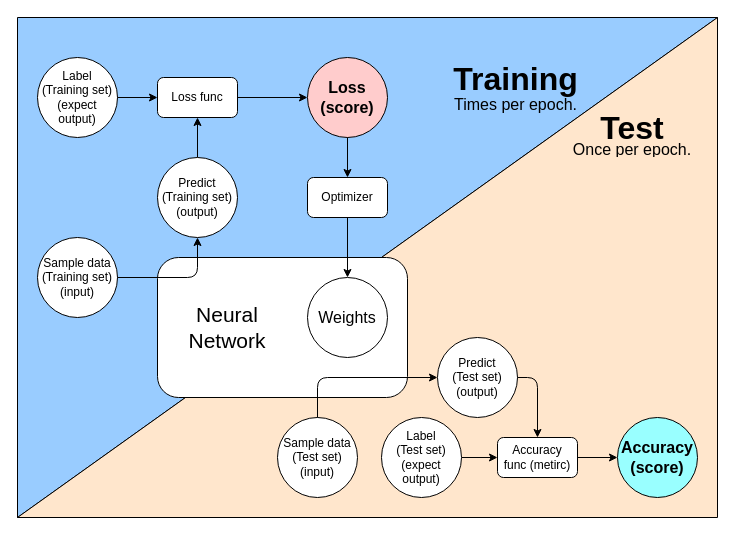
The draw.io diagram MachineLearning/diagram/training_process.drawio in danteliujie/audioFrameWork, before the edit. Source tidied: cells renumbered, new cells numbered last; positions are measured from the earlier drawing's top-left corner, leaving out a move shared by most shapes. Both pictures are drawn from the tidied source at 100%, with x=0, y=0 at pixel (17, 17).
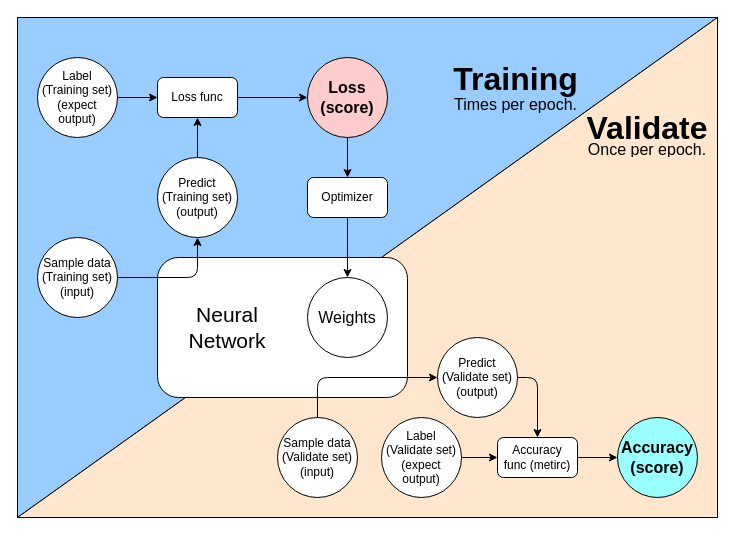
The same diagram, later.

Commit message (it also covers changes not shown here):
fix concept misunderstanding from test to validate

Diff of the diagram source:
```diff
@@
-    <mxCell id="15" value="Sample data&lt;br&gt;(Test set)&lt;br&gt;(input)" style="ellipse;whiteSpace=wrap;html=1;" parent="1" vertex="1">
+    <mxCell id="15" value="Sample data&lt;br&gt;(Validate set)&lt;br&gt;(input)" style="ellipse;whiteSpace=wrap;html=1;" parent="1" vertex="1">
       <mxGeometry x="260" y="400" width="80" height="80" as="geometry" />
     </mxCell>
@@
-    <mxCell id="17" value="Label&lt;br&gt;(Test set)&lt;br&gt;(expect output)" style="ellipse;whiteSpace=wrap;html=1;" parent="1" vertex="1">
+    <mxCell id="17" value="Label&lt;br&gt;(Validate set)&lt;br&gt;(expect output)" style="ellipse;whiteSpace=wrap;html=1;" parent="1" vertex="1">
       <mxGeometry x="364" y="400" width="80" height="80" as="geometry" />
     </mxCell>
@@
-    <mxCell id="19" value="Predict&lt;br&gt;(Test set)&lt;br&gt;(output)" style="ellipse;whiteSpace=wrap;html=1;" parent="1" vertex="1">
+    <mxCell id="19" value="Predict&lt;br&gt;(Validate set)&lt;br&gt;(output)" style="ellipse;whiteSpace=wrap;html=1;" parent="1" vertex="1">
       <mxGeometry x="420" y="320" width="80" height="80" as="geometry" />
     </mxCell>
@@
-    <mxCell id="30" value="&lt;h1 style=&quot;line-height: 0%&quot;&gt;Test&lt;/h1&gt;&lt;p style=&quot;line-height: 0%&quot;&gt;Once per epoch.&lt;/p&gt;" style="text;html=1;strokeColor=none;fillColor=none;spacing=5;spacingTop=-20;whiteSpace=wrap;overflow=hidden;rounded=0;fontSize=16;align=center;" parent="1" vertex="1">
-      <mxGeometry x="520" y="100" width="190" height="40" as="geometry" />
+    <mxCell id="30" value="&lt;h1 style=&quot;line-height: 0%&quot;&gt;Validate&lt;/h1&gt;&lt;p style=&quot;line-height: 0%&quot;&gt;Once per epoch.&lt;/p&gt;" style="text;html=1;strokeColor=none;fillColor=none;spacing=5;spacingTop=-20;whiteSpace=wrap;overflow=hidden;rounded=0;fontSize=16;align=center;" parent="1" vertex="1">
+      <mxGeometry x="560" y="100" width="140" height="40" as="geometry" />
     </mxCell>
```
